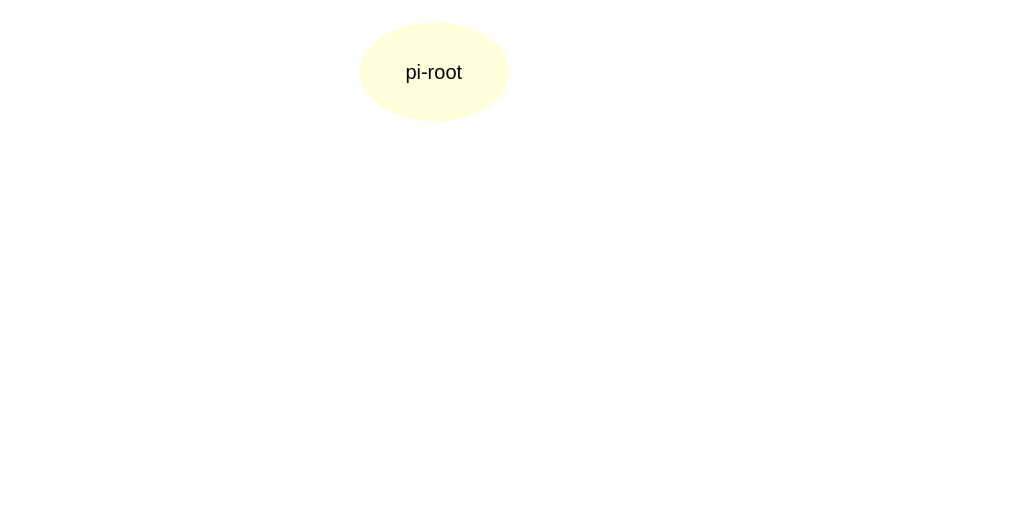
This is page "Scratchpad" (5 of 5) of TypeScript.drawio from gjungb/Zeichnungen, a draw.io file, before an edit. Source tidied: cells renumbered, new cells numbered last; positions are measured from the earlier drawing's top-left corner, leaving out a move shared by most shapes. Both pictures are drawn from the tidied source at 125%, with x=0, y=0 at pixel (359, 21).
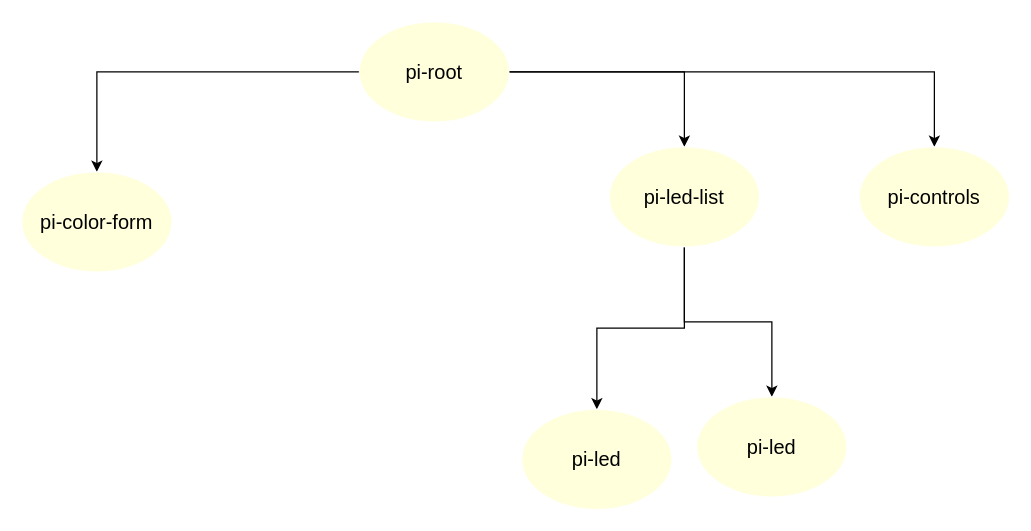
The same diagram, later.

Change to the diagram source:
```diff
@@
 <mxGraphModel>
   <root>
     <mxCell id="0" />
     <mxCell id="1" parent="0" />
+    <mxCell id="3" style="edgeStyle=orthogonalEdgeStyle;rounded=0;jettySize=auto;html=1;fontFamily=Fira Code;fontSize=20;fontColor=#000000;" parent="1" edge="1" source="2" target="9">
+      <mxGeometry relative="1" as="geometry" />
+    </mxCell>
+    <mxCell id="4" style="edgeStyle=orthogonalEdgeStyle;rounded=0;jettySize=auto;html=1;fontFamily=Fira Code;fontSize=20;fontColor=#000000;" parent="1" edge="1" source="2" target="5">
+      <mxGeometry relative="1" as="geometry" />
+    </mxCell>
     <mxCell id="2" value="pi-root" style="ellipse;whiteSpace=wrap;html=1;strokeColor=#FFFFFF;fillColor=#FFFFCC;fontFamily=Fira Code;fontSize=16;fontColor=#000000;opacity=70;align=center;" parent="1" vertex="1">
       <mxGeometry width="120" height="80" as="geometry" />
     </mxCell>
+    <mxCell id="5" value="pi-color-form" style="ellipse;whiteSpace=wrap;html=1;strokeColor=#FFFFFF;fillColor=#FFFFCC;fontFamily=Fira Code;fontSize=16;fontColor=#000000;opacity=70;align=center;" parent="1" vertex="1">
+      <mxGeometry x="-270" y="120" width="120" height="80" as="geometry" />
+    </mxCell>
+    <mxCell id="6" style="edgeStyle=orthogonalEdgeStyle;rounded=0;jettySize=auto;html=1;fontFamily=Fira Code;fontSize=20;fontColor=#000000;" parent="1" edge="1" source="9" target="12">
+      <mxGeometry relative="1" as="geometry" />
+    </mxCell>
+    <mxCell id="7" style="edgeStyle=orthogonalEdgeStyle;rounded=0;jettySize=auto;html=1;fontFamily=Fira Code;fontSize=20;fontColor=#000000;" parent="1" edge="1" source="9" target="11">
+      <mxGeometry relative="1" as="geometry" />
+    </mxCell>
+    <mxCell id="8" style="edgeStyle=orthogonalEdgeStyle;rounded=0;jettySize=auto;html=1;fontFamily=Fira Code;fontSize=20;fontColor=#000000;" parent="1" edge="1" source="2" target="10">
+      <mxGeometry relative="1" as="geometry" />
+    </mxCell>
+    <mxCell id="9" value="pi-led-list" style="ellipse;whiteSpace=wrap;html=1;strokeColor=#FFFFFF;fillColor=#FFFFCC;fontFamily=Fira Code;fontSize=16;fontColor=#000000;opacity=70;align=center;" parent="1" vertex="1">
+      <mxGeometry x="200" y="100" width="120" height="80" as="geometry" />
+    </mxCell>
+    <mxCell id="10" value="pi-controls" style="ellipse;whiteSpace=wrap;html=1;strokeColor=#FFFFFF;fillColor=#FFFFCC;fontFamily=Fira Code;fontSize=16;fontColor=#000000;opacity=70;align=center;" parent="1" vertex="1">
+      <mxGeometry x="400" y="100" width="120" height="80" as="geometry" />
+    </mxCell>
+    <mxCell id="11" value="pi-led" style="ellipse;whiteSpace=wrap;html=1;strokeColor=#FFFFFF;fillColor=#FFFFCC;fontFamily=Fira Code;fontSize=16;fontColor=#000000;opacity=70;align=center;" parent="1" vertex="1">
+      <mxGeometry x="270" y="300" width="120" height="80" as="geometry" />
+    </mxCell>
+    <mxCell id="12" value="pi-led" style="ellipse;whiteSpace=wrap;html=1;strokeColor=#FFFFFF;fillColor=#FFFFCC;fontFamily=Fira Code;fontSize=16;fontColor=#000000;opacity=70;align=center;" parent="1" vertex="1">
+      <mxGeometry x="130" y="310" width="120" height="80" as="geometry" />
+    </mxCell>
   </root>
 </mxGraphModel>
```
